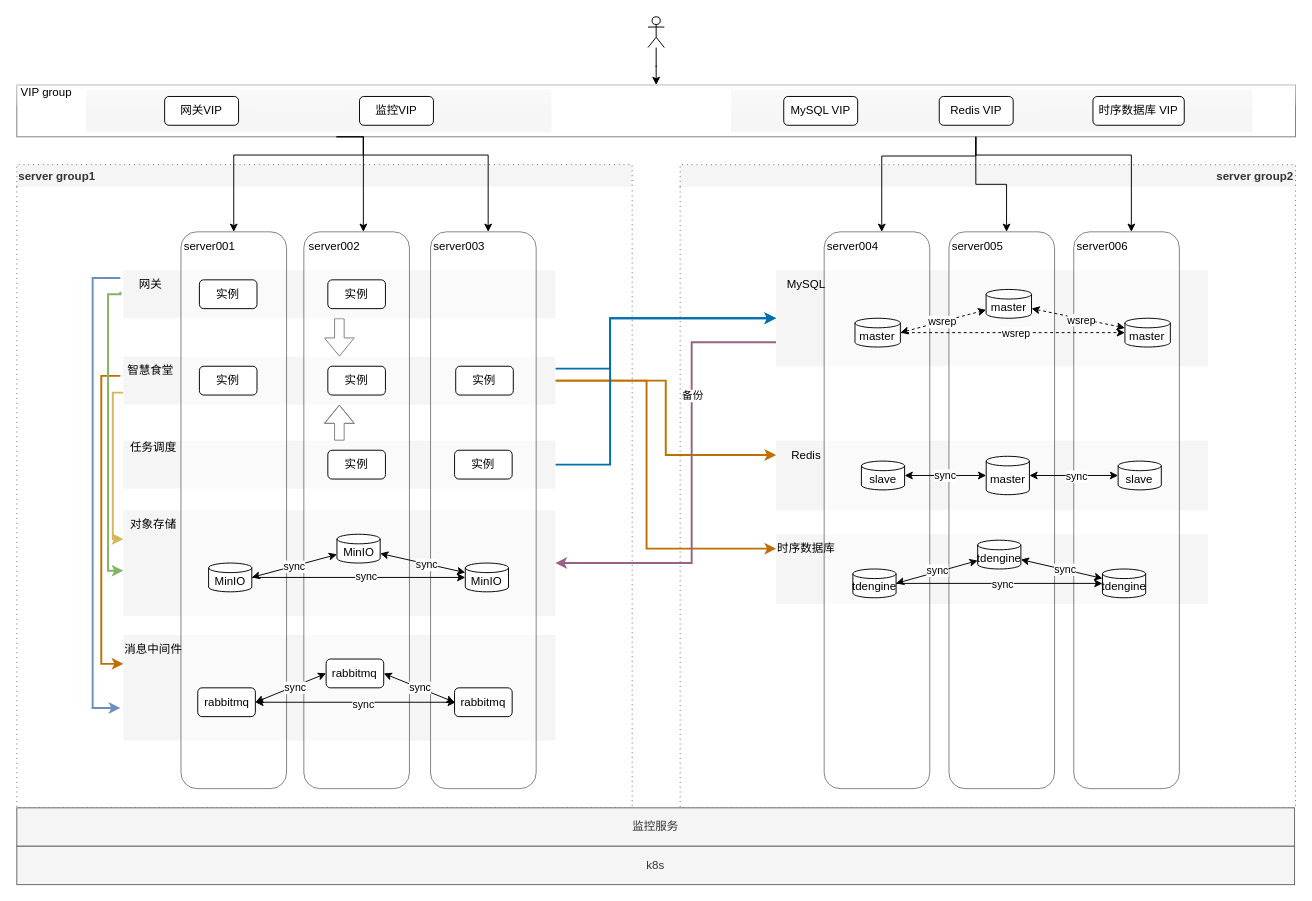
Before: 集群部署.drawio in liolay/draw, a draw.io diagram. Source tidied: cells renumbered, new cells numbered last; positions are measured from the earlier drawing's top-left corner, leaving out a move shared by most shapes. Both pictures are drawn from the tidied source at 96%, with x=0, y=0 at pixel (16, 16).
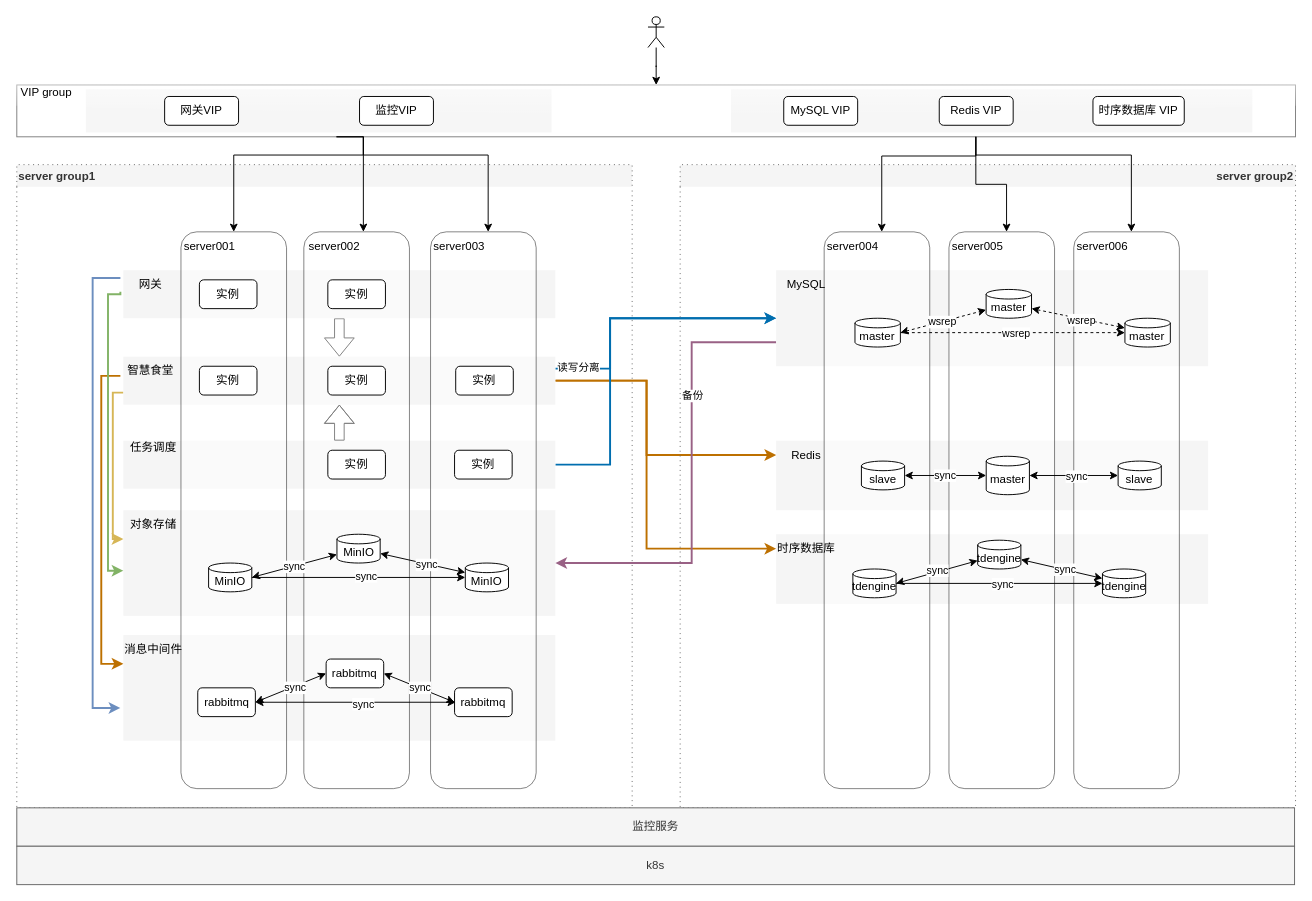
After the change.

Commit message:
更新集群部署.drawio

Unchanged cells that the change refers to:
```xml
<mxCell id="13" style="edgeStyle=orthogonalEdgeStyle;rounded=0;jettySize=auto;html=1;exitX=1;exitY=0.25;exitDx=0;exitDy=0;entryX=0;entryY=0.5;entryDx=0;entryDy=0;fillColor=#1ba1e2;strokeColor=#006EAF;strokeWidth=2;" parent="1" edge="1" source="14" target="27">
  <mxGeometry relative="1" as="geometry">
    <Array as="points">
      <mxPoint x="618" y="367" />
      <mxPoint x="618" y="314" />
    </Array>
  </mxGeometry>
</mxCell>
<mxCell id="14" style="rounded=0;whiteSpace=wrap;html=1;strokeColor=none;dashed=1;fillColor=#f5f5f5;fontColor=#333333;" parent="1" vertex="1">
  <mxGeometry x="111" y="354" width="450" height="50" as="geometry" />
</mxCell>
<mxCell id="93" value="Redis" style="text;html=1;align=center;verticalAlign=middle;whiteSpace=wrap;rounded=0;" parent="1" vertex="1">
  <mxGeometry x="791" y="441.5" width="63.1" height="30" as="geometry" />
</mxCell>
```

Diff of the diagram source:
```diff
@@
     <mxCell id="11" style="edgeStyle=orthogonalEdgeStyle;rounded=0;jettySize=auto;html=1;exitX=1;exitY=0.5;exitDx=0;exitDy=0;entryX=0;entryY=0.5;entryDx=0;entryDy=0;strokeWidth=2;fillColor=#f0a30a;strokeColor=#BD7000;" parent="1" edge="1" source="14" target="93">
-      <mxGeometry relative="1" as="geometry" />
+      <mxGeometry relative="1" as="geometry">
+        <Array as="points">
+          <mxPoint x="656" y="379" />
+          <mxPoint x="656" y="457" />
+        </Array>
+      </mxGeometry>
     </mxCell>
@@
+    <mxCell id="113" value="读写分离" style="edgeLabel;html=1;align=center;verticalAlign=middle;" parent="13" vertex="1">
+      <mxGeometry x="-0.84" y="3" relative="1" as="geometry">
+        <mxPoint y="1" as="offset" />
+      </mxGeometry>
+    </mxCell>
```
